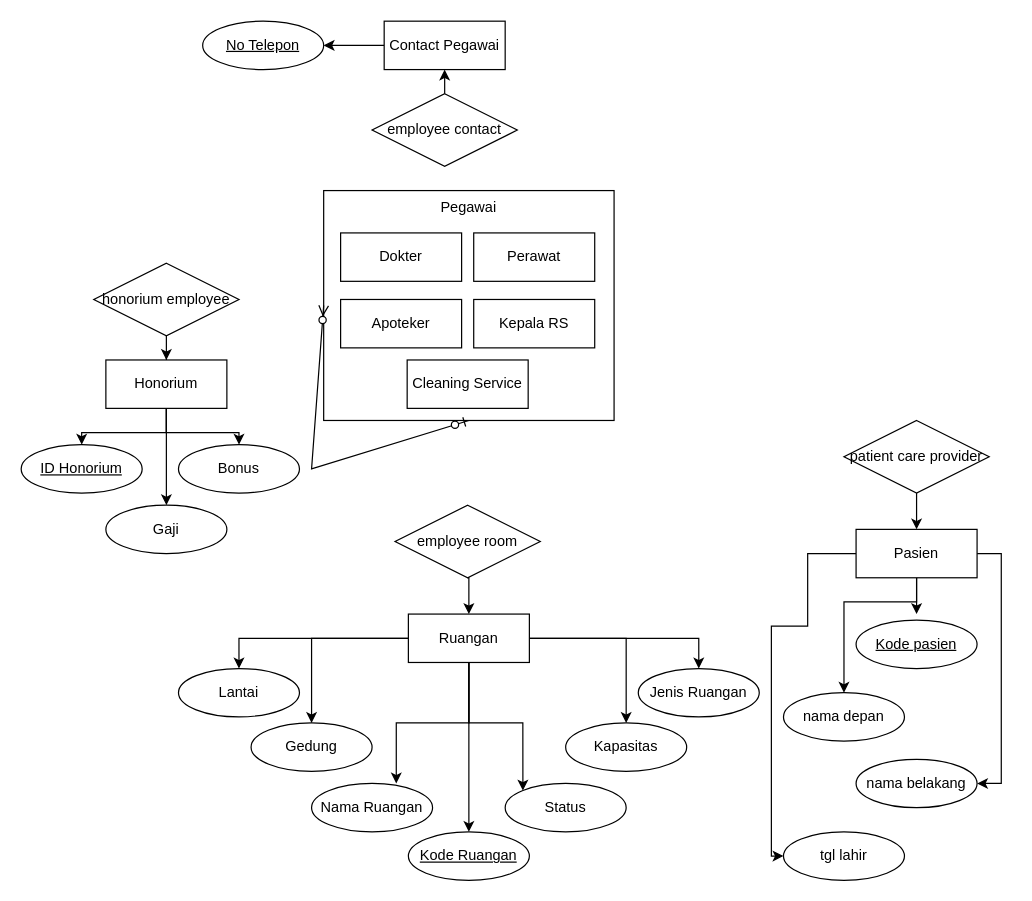
The draw.io diagram Diagram Tanpa Judul.drawio in lsawfa/ERD-BasisData, before the edit. Source tidied: cells renumbered, new cells numbered last; positions are measured from the earlier drawing's top-left corner, leaving out a move shared by most shapes. Both pictures are drawn from the tidied source at 121%, with x=0, y=0 at pixel (21, 21).
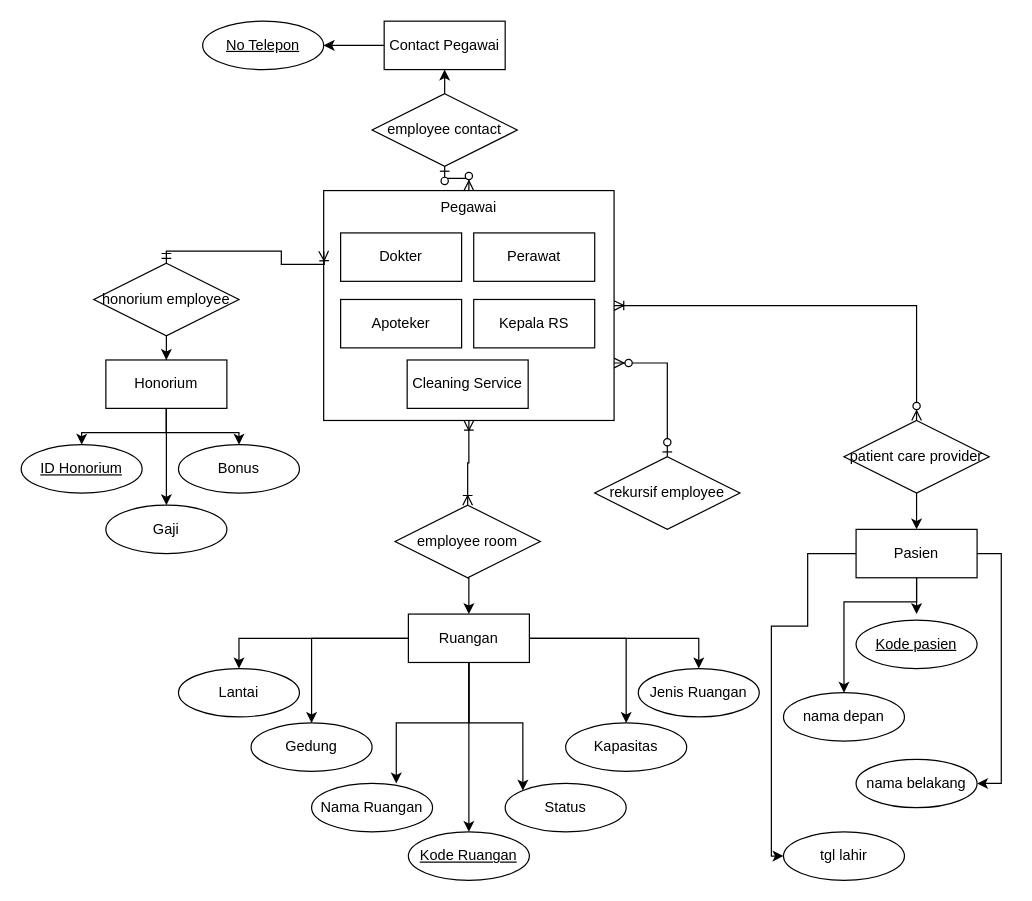
Above is the later version.

Commit message:
update sampai rekursif

Unchanged cells that the change refers to:
```xml
<mxCell id="2" value="Pegawai" style="whiteSpace=wrap;html=1;align=center;verticalAlign=top;" parent="1" vertex="1">
  <mxGeometry x="250" y="140" width="240" height="190" as="geometry" />
</mxCell>
<mxCell id="13" value="employee contact" style="shape=rhombus;perimeter=rhombusPerimeter;whiteSpace=wrap;html=1;align=center;" parent="1" vertex="1">
  <mxGeometry x="290" y="60" width="120" height="60" as="geometry" />
</mxCell>
<mxCell id="15" value="employee room" style="shape=rhombus;perimeter=rhombusPerimeter;whiteSpace=wrap;html=1;align=center;" parent="1" vertex="1">
  <mxGeometry x="309" y="400" width="120" height="60" as="geometry" />
</mxCell>
<mxCell id="32" value="honorium employee" style="shape=rhombus;perimeter=rhombusPerimeter;whiteSpace=wrap;html=1;align=center;" parent="1" vertex="1">
  <mxGeometry x="60" y="200" width="120" height="60" as="geometry" />
</mxCell>
<mxCell id="41" value="patient care provider" style="shape=rhombus;perimeter=rhombusPerimeter;whiteSpace=wrap;html=1;align=center;" parent="1" vertex="1">
  <mxGeometry x="680" y="330" width="120" height="60" as="geometry" />
</mxCell>
```

What changed in the source:
```diff
@@
-    <mxCell id="8" style="edgeStyle=entityRelationEdgeStyle;fontSize=12;html=1;endArrow=ERzeroToMany;startArrow=ERzeroToOne;rounded=0;exitX=0.5;exitY=1;exitDx=0;exitDy=0;entryX=0;entryY=0.5;entryDx=0;entryDy=0;" parent="1" edge="1" source="2" target="2">
-      <mxGeometry relative="1" as="geometry">
-        <Array as="points">
-          <mxPoint x="240" y="370" />
-        </Array>
-      </mxGeometry>
-    </mxCell>
@@
+    <mxCell id="51" value="rekursif employee" style="shape=rhombus;perimeter=rhombusPerimeter;whiteSpace=wrap;html=1;align=center;" parent="1" vertex="1">
+      <mxGeometry x="474" y="360" width="120" height="60" as="geometry" />
+    </mxCell>
+    <mxCell id="52" style="edgeStyle=orthogonalEdgeStyle;fontSize=12;html=1;endArrow=ERzeroToMany;startArrow=ERzeroToOne;rounded=0;exitX=0.5;exitY=1;exitDx=0;exitDy=0;entryX=0.5;entryY=0;entryDx=0;entryDy=0;" parent="1" edge="1" source="13" target="2">
+      <mxGeometry relative="1" as="geometry" />
+    </mxCell>
+    <mxCell id="53" style="edgeStyle=orthogonalEdgeStyle;fontSize=12;html=1;endArrow=ERoneToMany;startArrow=ERoneToMany;rounded=0;exitX=0.5;exitY=1;exitDx=0;exitDy=0;entryX=0.5;entryY=0;entryDx=0;entryDy=0;" parent="1" edge="1" source="2" target="15">
+      <mxGeometry relative="1" as="geometry" />
+    </mxCell>
+    <mxCell id="54" style="edgeStyle=orthogonalEdgeStyle;fontSize=12;html=1;endArrow=ERoneToMany;startArrow=ERmandOne;rounded=0;exitX=0.5;exitY=0;exitDx=0;exitDy=0;" parent="1" edge="1" source="32">
+      <mxGeometry relative="1" as="geometry">
+        <mxPoint x="250" y="190" as="targetPoint" />
+      </mxGeometry>
+    </mxCell>
+    <mxCell id="55" style="edgeStyle=orthogonalEdgeStyle;fontSize=12;html=1;endArrow=ERoneToMany;startArrow=ERzeroToMany;rounded=0;exitX=0.5;exitY=0;exitDx=0;exitDy=0;entryX=1;entryY=0.5;entryDx=0;entryDy=0;" parent="1" edge="1" source="41" target="2">
+      <mxGeometry relative="1" as="geometry" />
+    </mxCell>
+    <mxCell id="56" style="edgeStyle=orthogonalEdgeStyle;fontSize=12;html=1;endArrow=ERzeroToMany;startArrow=ERzeroToOne;rounded=0;exitX=0.5;exitY=0;exitDx=0;exitDy=0;entryX=1;entryY=0.75;entryDx=0;entryDy=0;" parent="1" edge="1" source="51" target="2">
+      <mxGeometry relative="1" as="geometry" />
+    </mxCell>
```
